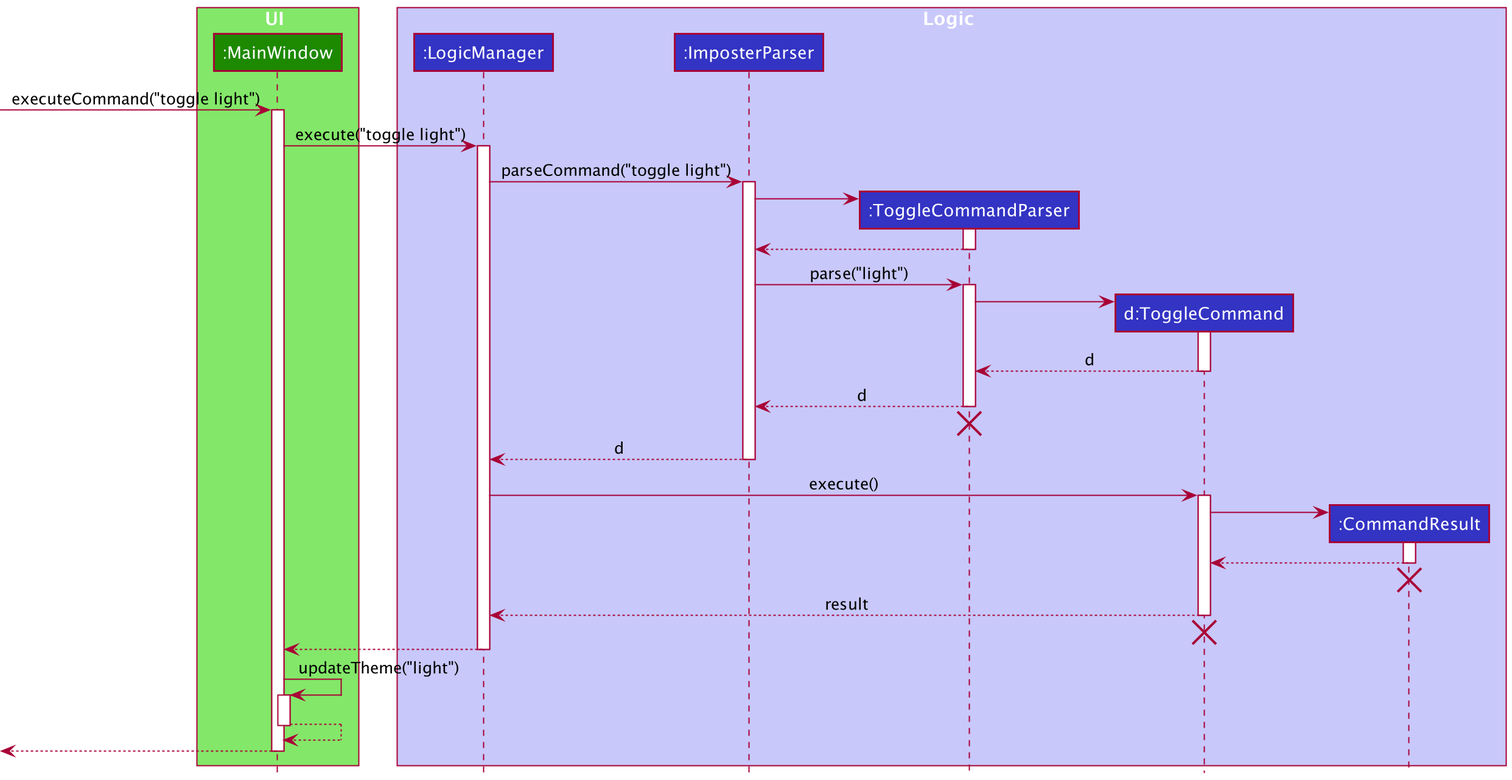
nus-cs2103-AY2021S2/tp keeps this PlantUML diagram as docs/images/ToggleSequenceDiagram.png. Above is the earlier version.
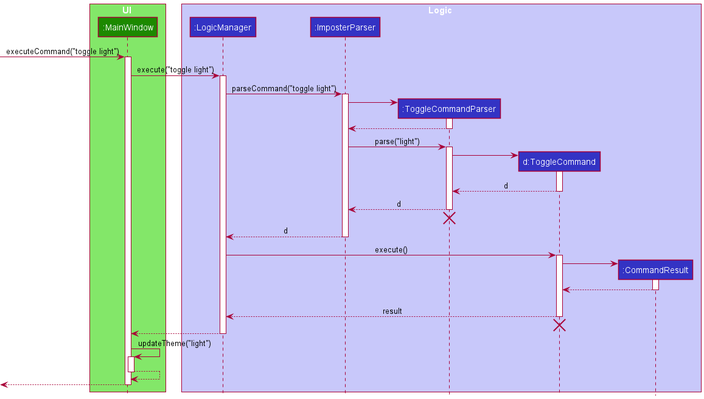
Later version of the same file.

The edit, as a diff of the source:
```diff
@@ -57,7 +57,6 @@
 CommandResult --> ToggleCommand
 deactivate CommandResult
 CommandResult -[hidden]-> ToggleCommand
-destroy CommandResult
 
 ToggleCommand --> LogicManager : result
 deactivate ToggleCommand
```
